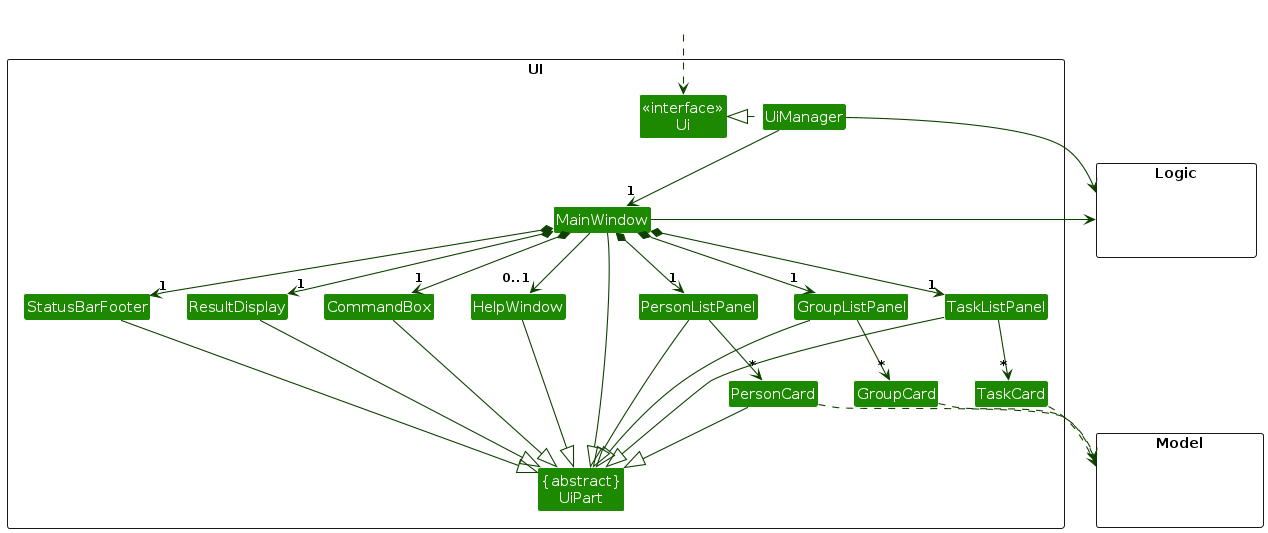
Above: diagrams/UiClassDiagram.png in AY2425S1-CS2103-F12-2/tp (PlantUML), before the change. Its source is kept beside it as diagrams/UiClassDiagram.puml.
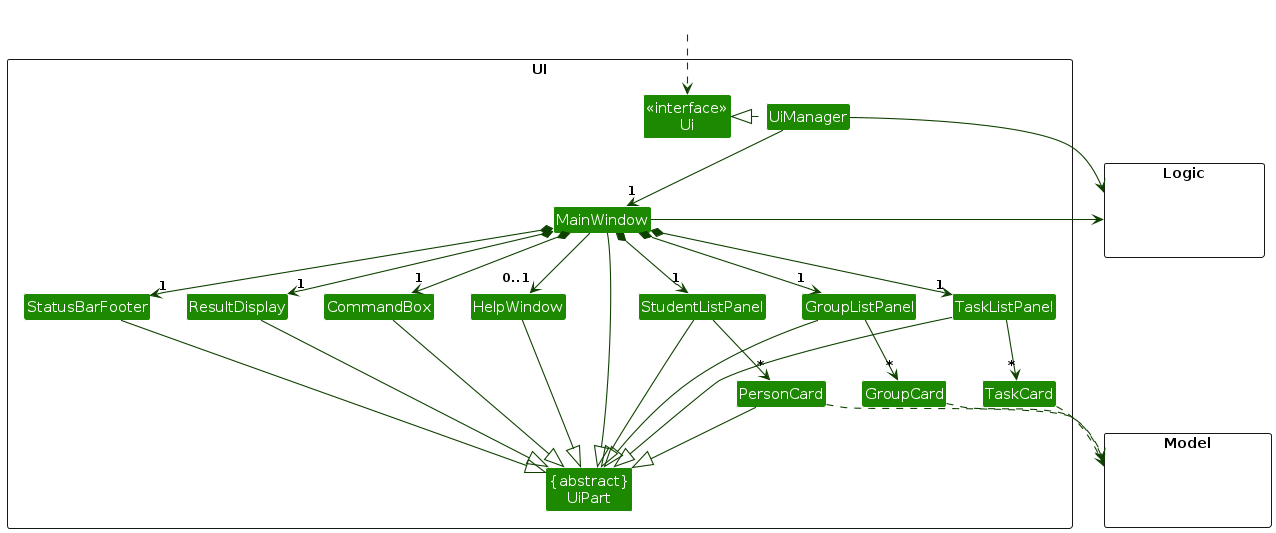
Above is the later version.

What changed in the source:
```diff
@@ -11,7 +11,7 @@
 Class MainWindow
 Class HelpWindow
 Class ResultDisplay
-Class PersonListPanel
+Class StudentListPanel
 Class PersonCard
 Class GroupListPanel
 Class GroupCard
@@ -36,13 +36,13 @@
 UiManager -down-> "1" MainWindow
 MainWindow *-down->  "1" CommandBox
 MainWindow *-down-> "1" ResultDisplay
-MainWindow *-down-> "1" PersonListPanel
+MainWindow *-down-> "1" StudentListPanel
 MainWindow *-down-> "1" GroupListPanel
 MainWindow *-down-> "1" TaskListPanel
 MainWindow *-down-> "1" StatusBarFooter
 MainWindow --> "0..1" HelpWindow
 
-PersonListPanel -down-> "*" PersonCard
+StudentListPanel -down-> "*" PersonCard
 GroupListPanel -down-> "*" GroupCard
 TaskListPanel -down-> "*" TaskCard
 
@@ -50,7 +50,7 @@
 
 ResultDisplay --|> UiPart
 CommandBox --|> UiPart
-PersonListPanel --|> UiPart
+StudentListPanel --|> UiPart
 GroupListPanel --|> UiPart
 TaskListPanel --|> UiPart
 PersonCard --|> UiPart
@@ -63,7 +63,7 @@
 UiManager -right-> Logic
 MainWindow -left-> Logic
 
-PersonListPanel -[hidden]left- HelpWindow
+StudentListPanel -[hidden]left- HelpWindow
 HelpWindow -[hidden]left- CommandBox
 CommandBox -[hidden]left- ResultDisplay
 ResultDisplay -[hidden]left- StatusBarFooter
```
